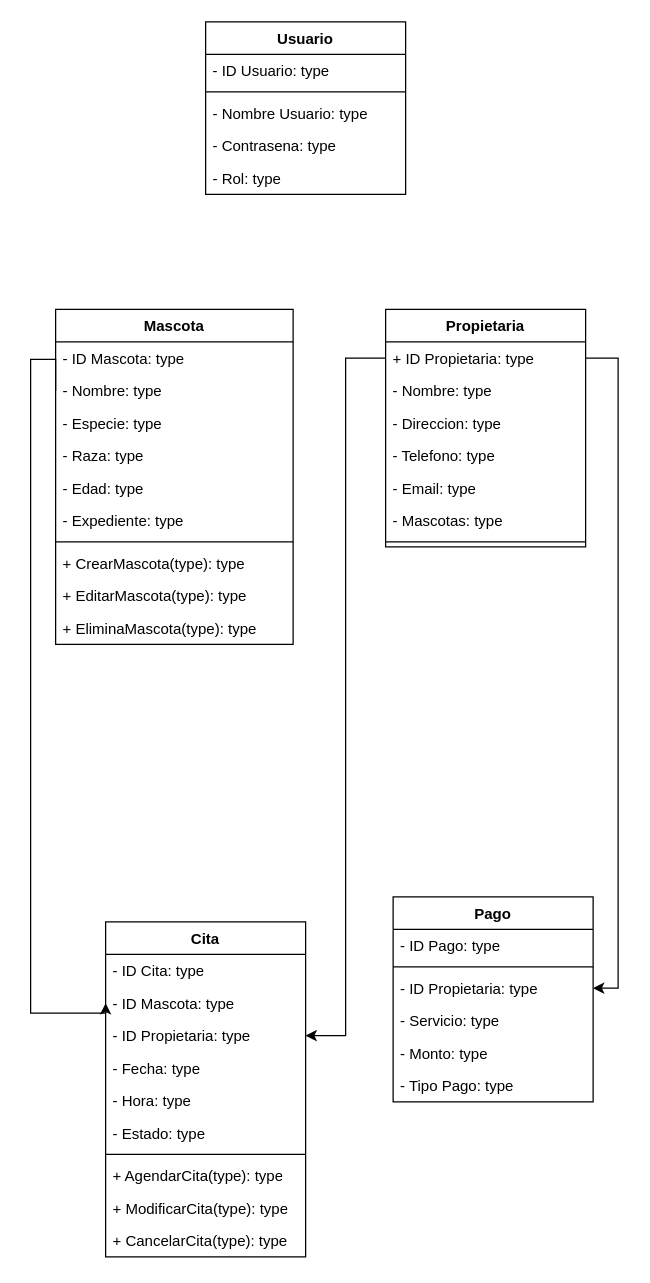
NixieNixi/diagramaClases keeps this draw.io diagram as Diagrama sin título.drawio. Above is the earlier version. Source tidied: cells renumbered, new cells numbered last; positions are measured from the earlier drawing's top-left corner, leaving out a move shared by most shapes. Both pictures are drawn from the tidied source at 125%, with x=0, y=0 at pixel (30, 21).
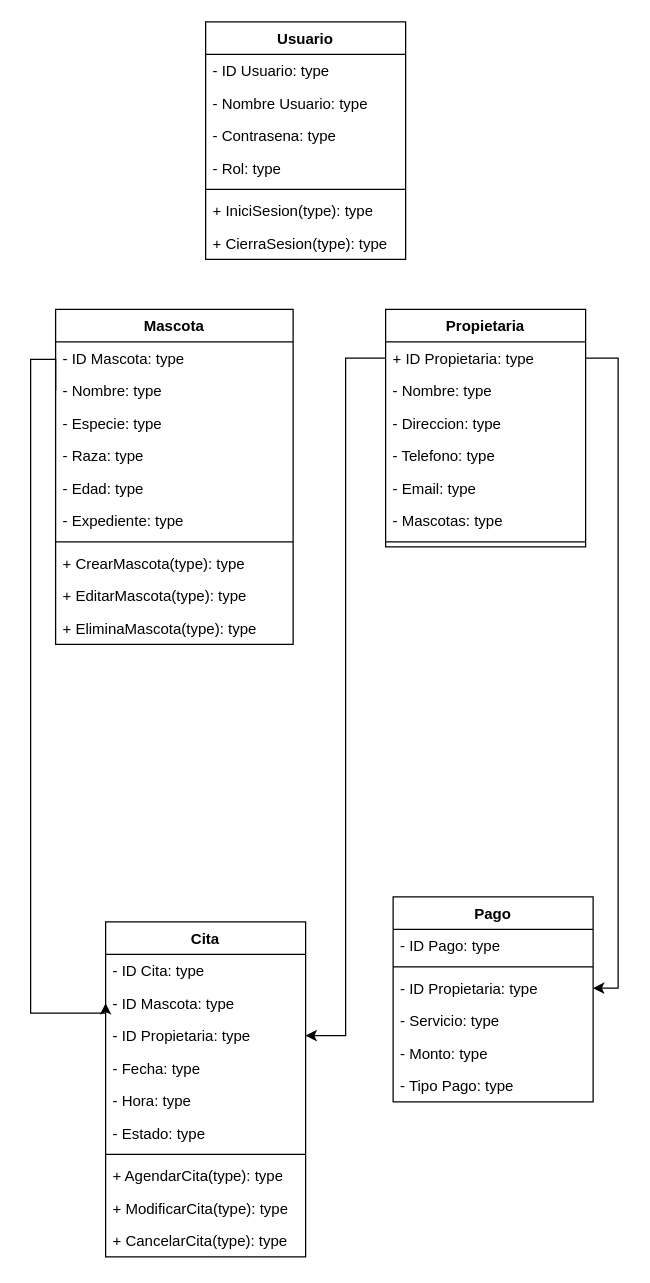
After the change.

Commit message:
Metodo Usuario

What changed in the source:
```diff
@@
     <mxCell id="42" value="Usuario" style="swimlane;fontStyle=1;align=center;verticalAlign=top;horizontal=1;startSize=26;whiteSpace=wrap;html=1;" parent="1" vertex="1">
-      <mxGeometry x="140" width="160" height="138" as="geometry" />
+      <mxGeometry x="140" width="160" height="190" as="geometry" />
     </mxCell>
@@
-    <mxCell id="44" style="line;strokeWidth=1;fillColor=none;align=left;verticalAlign=middle;spacingTop=-1;spacingLeft=3;spacingRight=3;labelPosition=right;strokeColor=inherit;" parent="42" vertex="1">
-      <mxGeometry y="52" width="160" height="8" as="geometry" />
-    </mxCell>
     <mxCell id="45" value="- Nombre Usuario: type" style="text;strokeColor=none;fillColor=none;align=left;verticalAlign=top;spacingLeft=4;spacingRight=4;overflow=hidden;whiteSpace=wrap;html=1;" parent="42" vertex="1">
-      <mxGeometry y="60" width="160" height="26" as="geometry" />
+      <mxGeometry y="52" width="160" height="26" as="geometry" />
     </mxCell>
     <mxCell id="46" value="- Contrasena&lt;span style=&quot;background-color: initial;&quot;&gt;: type&lt;/span&gt;" style="text;strokeColor=none;fillColor=none;align=left;verticalAlign=top;spacingLeft=4;spacingRight=4;overflow=hidden;whiteSpace=wrap;html=1;" parent="42" vertex="1">
-      <mxGeometry y="86" width="160" height="26" as="geometry" />
+      <mxGeometry y="78" width="160" height="26" as="geometry" />
     </mxCell>
     <mxCell id="47" value="- Rol: type" style="text;strokeColor=none;fillColor=none;align=left;verticalAlign=top;spacingLeft=4;spacingRight=4;overflow=hidden;whiteSpace=wrap;html=1;" parent="42" vertex="1">
-      <mxGeometry y="112" width="160" height="26" as="geometry" />
+      <mxGeometry y="104" width="160" height="26" as="geometry" />
     </mxCell>
+    <mxCell id="44" style="line;strokeWidth=1;fillColor=none;align=left;verticalAlign=middle;spacingTop=-1;spacingLeft=3;spacingRight=3;labelPosition=right;strokeColor=inherit;" parent="42" vertex="1">
+      <mxGeometry y="130" width="160" height="8" as="geometry" />
+    </mxCell>
+    <mxCell id="48" value="+ IniciSesion(type): type" style="text;strokeColor=none;fillColor=none;align=left;verticalAlign=top;spacingLeft=4;spacingRight=4;overflow=hidden;whiteSpace=wrap;html=1;" parent="42" vertex="1">
+      <mxGeometry y="138" width="160" height="26" as="geometry" />
+    </mxCell>
+    <mxCell id="49" value="+ CierraSesion(type): type" style="text;strokeColor=none;fillColor=none;align=left;verticalAlign=top;spacingLeft=4;spacingRight=4;overflow=hidden;whiteSpace=wrap;html=1;" parent="42" vertex="1">
+      <mxGeometry y="164" width="160" height="26" as="geometry" />
+    </mxCell>
```
